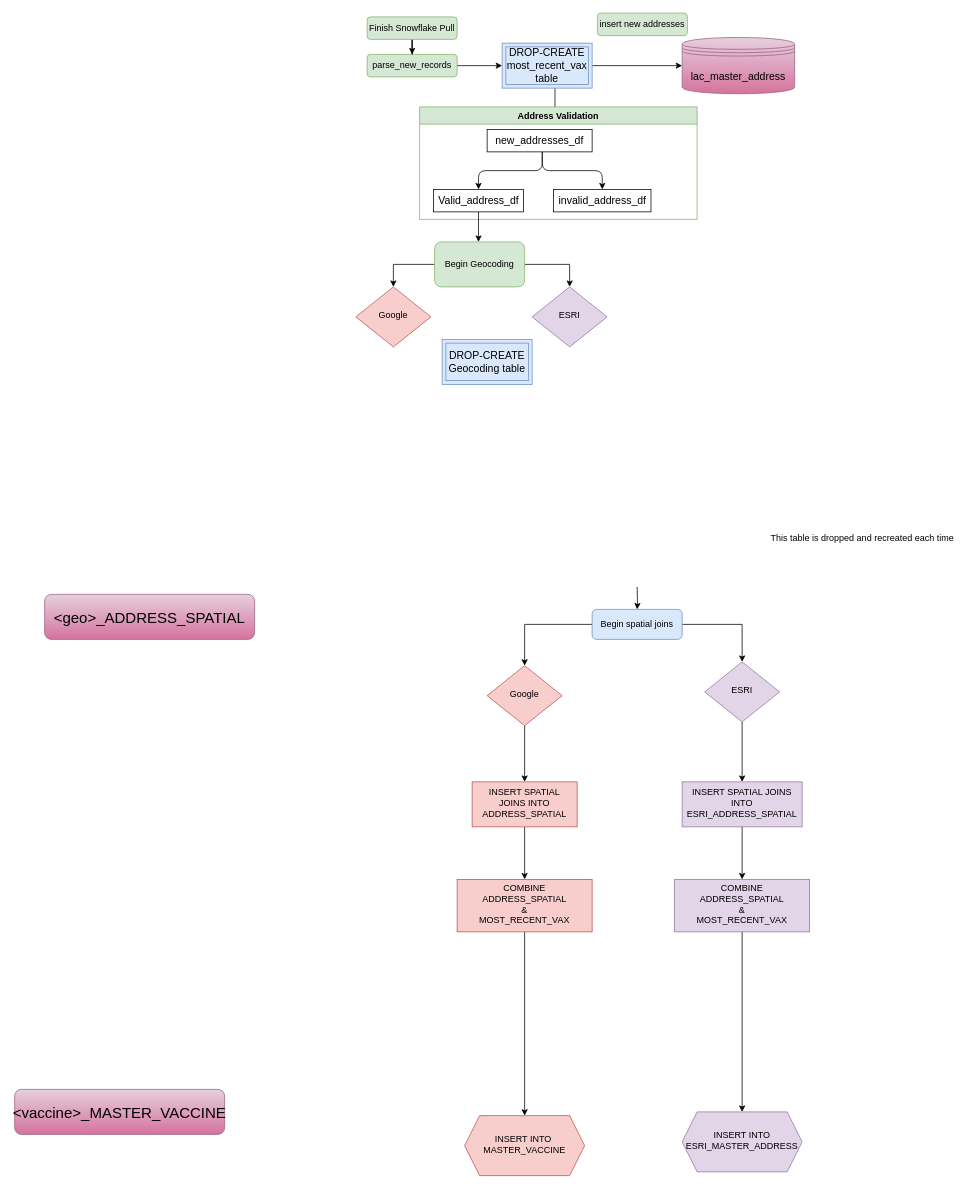
This is conolidated_address_pipeline.drawio from Primordial-Haggis/LA_county_vax_etl_workflow, a draw.io file, before an edit. Source tidied: cells renumbered, new cells numbered last; positions are measured from the earlier drawing's top-left corner, leaving out a move shared by most shapes. Both pictures are drawn from the tidied source at 75%, with x=0, y=0 at pixel (14, 13).
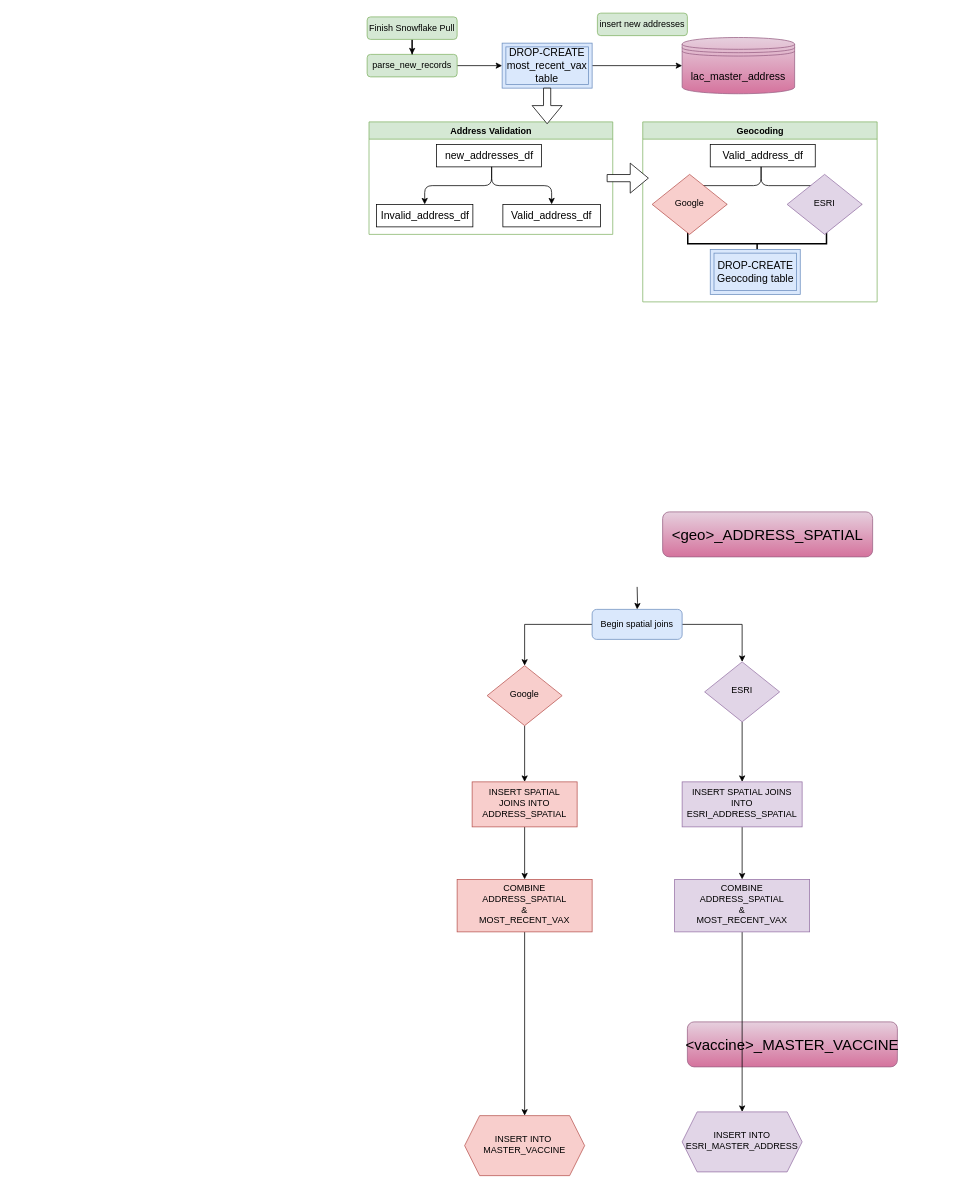
Above is the later version.

Commit message:
geocoding part

What changed in the source:
```diff
@@
-    <mxCell id="2" value="Google" style="rhombus;whiteSpace=wrap;html=1;shadow=0;fontFamily=Helvetica;fontSize=12;align=center;strokeWidth=1;spacing=6;spacingTop=-4;fillColor=#f8cecc;strokeColor=#b85450;" parent="1" vertex="1">
-      <mxGeometry x="455" y="365" width="100" height="80" as="geometry" />
-    </mxCell>
@@
-    <mxCell id="7" value="ESRI" style="rhombus;whiteSpace=wrap;html=1;shadow=0;fontFamily=Helvetica;fontSize=12;align=center;strokeWidth=1;spacing=6;spacingTop=-4;fillColor=#e1d5e7;strokeColor=#9673a6;" parent="1" vertex="1">
-      <mxGeometry x="690" y="365" width="100" height="80" as="geometry" />
-    </mxCell>
@@
-    <mxCell id="9" style="edgeStyle=orthogonalEdgeStyle;rounded=0;orthogonalLoop=1;jettySize=auto;html=1;fontSize=18;" parent="1" edge="1">
-      <mxGeometry relative="1" as="geometry">
-        <mxPoint x="720.5" y="100" as="sourcePoint" />
-        <mxPoint x="720" y="140" as="targetPoint" />
-        <Array as="points">
-          <mxPoint x="720.5" y="120" />
-        </Array>
-      </mxGeometry>
-    </mxCell>
@@
     <mxCell id="17" value="&lt;font color=&quot;#000000&quot;&gt;&amp;lt;geo&amp;gt;_ADDRESS_SPATIAL&lt;/font&gt;" style="rounded=1;whiteSpace=wrap;html=1;fontSize=20;fillColor=#e6d0de;gradientColor=#d5739d;strokeColor=#996185;" parent="1" vertex="1">
-      <mxGeometry x="40" y="775" width="280" height="60" as="geometry" />
+      <mxGeometry x="864" y="665" width="280" height="60" as="geometry" />
     </mxCell>
     <mxCell id="18" value="&lt;font color=&quot;#000000&quot;&gt;&amp;lt;vaccine&amp;gt;_MASTER_VACCINE&lt;/font&gt;" style="rounded=1;whiteSpace=wrap;html=1;fontSize=20;fillColor=#e6d0de;gradientColor=#d5739d;strokeColor=#996185;" parent="1" vertex="1">
-      <mxGeometry y="1435" width="280" height="60" as="geometry" />
+      <mxGeometry x="897" y="1345" width="280" height="60" as="geometry" />
     </mxCell>
@@
-    <mxCell id="25" value="&lt;span style=&quot;font-size: 12px;&quot;&gt;This table is dropped and recreated each time&lt;/span&gt;" style="text;html=1;align=center;verticalAlign=middle;strokeColor=none;fillColor=none;fontSize=10;" parent="1" vertex="1">
-      <mxGeometry x="1000" y="685" width="260" height="30" as="geometry" />
-    </mxCell>
-    <mxCell id="26" style="edgeStyle=orthogonalEdgeStyle;rounded=0;jettySize=auto;html=1;" parent="1" edge="1" source="28" target="7">
-      <mxGeometry relative="1" as="geometry">
-        <Array as="points">
-          <mxPoint x="740" y="335" />
-        </Array>
-      </mxGeometry>
-    </mxCell>
-    <mxCell id="27" style="edgeStyle=orthogonalEdgeStyle;rounded=0;jettySize=auto;html=1;fontSize=14;" parent="1" edge="1" source="28" target="2">
-      <mxGeometry relative="1" as="geometry">
-        <Array as="points">
-          <mxPoint x="505" y="335" />
-        </Array>
-      </mxGeometry>
-    </mxCell>
-    <mxCell id="28" value="Begin Geocoding" style="whiteSpace=wrap;html=1;fillColor=#d5e8d4;strokeColor=#82b366;rounded=1;glass=0;strokeWidth=1;shadow=0;" parent="1" vertex="1">
-      <mxGeometry x="560" y="305" width="120" height="60" as="geometry" />
-    </mxCell>
@@
     <mxCell id="35" value="Address Validation" style="horizontal=1;whiteSpace=wrap;html=1;fontSize=12;glass=0;strokeWidth=1;shadow=0;fillColor=#d5e8d4;strokeColor=#82b366;swimlane;" parent="1" vertex="1">
-      <mxGeometry x="540" y="125" width="370" height="150" as="geometry" />
+      <mxGeometry x="472.5" y="145" width="325" height="150" as="geometry" />
     </mxCell>
@@
-    <mxCell id="37" value="Valid_address_df" style="whiteSpace=wrap;html=1;fontSize=14;" parent="35" vertex="1">
-      <mxGeometry x="18.5" y="110" width="120" height="30" as="geometry" />
+    <mxCell id="37" value="Invalid_address_df" style="whiteSpace=wrap;html=1;fontSize=14;" parent="35" vertex="1">
+      <mxGeometry x="10" y="110" width="128.5" height="30" as="geometry" />
     </mxCell>
@@
-    <mxCell id="40" value="invalid_address_df&lt;br&gt;" style="whiteSpace=wrap;html=1;fontSize=14;" parent="35" vertex="1">
+    <mxCell id="40" value="Valid_address_df" style="whiteSpace=wrap;html=1;fontSize=14;" parent="35" vertex="1">
       <mxGeometry x="178.5" y="110" width="130" height="30" as="geometry" />
     </mxCell>
-    <mxCell id="41" style="edgeStyle=orthogonalEdgeStyle;rounded=0;jettySize=auto;html=1;fontSize=14;" parent="1" edge="1" source="37">
-      <mxGeometry relative="1" as="geometry">
-        <mxPoint x="618.5" y="305" as="targetPoint" />
-      </mxGeometry>
-    </mxCell>
-    <mxCell id="42" value="DROP-CREATE&lt;br&gt;Geocoding table" style="shape=ext;margin=3;double=1;whiteSpace=wrap;html=1;align=center;fontSize=14;fillColor=#dae8fc;strokeColor=#6c8ebf;" parent="1" vertex="1">
-      <mxGeometry x="570" y="435" width="120" height="60" as="geometry" />
-    </mxCell>
@@
+    <mxCell id="45" value="Geocoding" style="horizontal=1;whiteSpace=wrap;html=1;fontSize=12;glass=0;strokeWidth=1;shadow=0;fillColor=#d5e8d4;strokeColor=#82b366;swimlane;" parent="1" vertex="1">
+      <mxGeometry x="837.5" y="145" width="312.5" height="240" as="geometry" />
+    </mxCell>
+    <mxCell id="46" value="Valid_address_df" style="whiteSpace=wrap;html=1;fontSize=14;" parent="45" vertex="1">
+      <mxGeometry x="90" y="30" width="140" height="30" as="geometry" />
+    </mxCell>
+    <mxCell id="47" style="edgeStyle=elbowEdgeStyle;elbow=vertical;html=1;rounded=1;curved=0;targetPerimeterSpacing=0;startSize=6;endSize=6;fontSize=14;startArrow=none;" parent="45" edge="1" source="2">
+      <mxGeometry relative="1" as="geometry">
+        <mxPoint x="74.2" y="110" as="targetPoint" />
+      </mxGeometry>
+    </mxCell>
+    <mxCell id="48" style="edgeStyle=elbowEdgeStyle;elbow=vertical;html=1;rounded=1;curved=0;targetPerimeterSpacing=0;startSize=6;endSize=6;fontSize=14;startArrow=none;" parent="45" edge="1" source="7">
+      <mxGeometry relative="1" as="geometry">
+        <mxPoint x="243.5" y="110" as="targetPoint" />
+      </mxGeometry>
+    </mxCell>
+    <mxCell id="49" style="edgeStyle=elbowEdgeStyle;elbow=vertical;html=1;rounded=1;curved=0;sourcePerimeterSpacing=0;targetPerimeterSpacing=0;startSize=6;endSize=6;fontSize=14;" parent="45" edge="1">
+      <mxGeometry relative="1" as="geometry">
+        <mxPoint x="157.8" y="60" as="sourcePoint" />
+        <mxPoint x="237.8" y="110" as="targetPoint" />
+      </mxGeometry>
+    </mxCell>
+    <mxCell id="50" style="edgeStyle=elbowEdgeStyle;elbow=vertical;html=1;rounded=1;curved=0;sourcePerimeterSpacing=0;targetPerimeterSpacing=0;startSize=6;endSize=6;fontSize=14;" parent="45" edge="1">
+      <mxGeometry relative="1" as="geometry">
+        <mxPoint x="157.8" y="60" as="sourcePoint" />
+        <mxPoint x="68.5" y="110" as="targetPoint" />
+      </mxGeometry>
+    </mxCell>
+    <mxCell id="51" style="strokeWidth=2;html=1;shape=mxgraph.flowchart.annotation_2;align=left;labelPosition=right;fontSize=14;rotation=-90;" parent="45" vertex="1">
+      <mxGeometry x="127.5" y="70" width="50" height="185" as="geometry" />
+    </mxCell>
+    <mxCell id="7" value="ESRI" style="rhombus;whiteSpace=wrap;html=1;shadow=0;fontFamily=Helvetica;fontSize=12;align=center;strokeWidth=1;spacing=6;spacingTop=-4;fillColor=#e1d5e7;strokeColor=#9673a6;" parent="45" vertex="1">
+      <mxGeometry x="192.5" y="70" width="100" height="80" as="geometry" />
+    </mxCell>
+    <mxCell id="2" value="Google" style="rhombus;whiteSpace=wrap;html=1;shadow=0;fontFamily=Helvetica;fontSize=12;align=center;strokeWidth=1;spacing=6;spacingTop=-4;fillColor=#f8cecc;strokeColor=#b85450;" parent="45" vertex="1">
+      <mxGeometry x="12.5" y="70" width="100" height="80" as="geometry" />
+    </mxCell>
+    <mxCell id="42" value="DROP-CREATE&lt;br&gt;Geocoding table" style="shape=ext;margin=3;double=1;whiteSpace=wrap;html=1;align=center;fontSize=14;fillColor=#dae8fc;strokeColor=#6c8ebf;" parent="45" vertex="1">
+      <mxGeometry x="90" y="170" width="120" height="60" as="geometry" />
+    </mxCell>
+    <mxCell id="52" style="html=1;shadow=0;dashed=0;align=center;verticalAlign=middle;shape=mxgraph.arrows2.arrow;dy=0.76;dx=24.2;direction=south;notch=0;fontSize=14;rotation=-90;" parent="1" vertex="1">
+      <mxGeometry x="797.5" y="192.5" width="40" height="55" as="geometry" />
+    </mxCell>
+    <mxCell id="53" style="html=1;shadow=0;dashed=0;align=center;verticalAlign=middle;shape=mxgraph.arrows2.arrow;dy=0.76;dx=24.2;direction=south;notch=0;fontSize=14;rotation=0;" parent="1" vertex="1">
+      <mxGeometry x="690" y="100" width="40" height="47.5" as="geometry" />
+    </mxCell>
```
